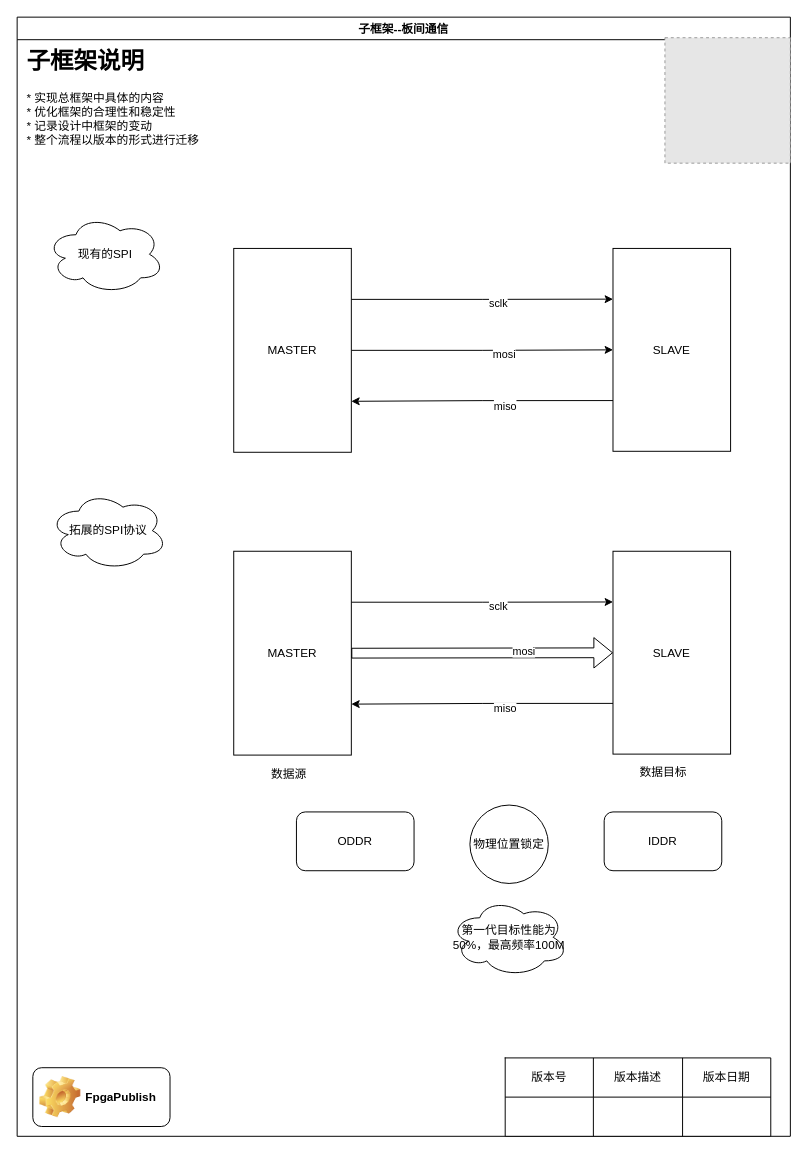
Earlier version of the draw.io diagram page "子框架1--板间通信" (2 of 3) of smart_eye_uexec_flow/smart_eye_flow_manual.drawio (FpgaPublish/k2_smart_eye). Source tidied: cells renumbered, new cells numbered last; positions are measured from the earlier drawing's top-left corner, leaving out a move shared by most shapes. Both pictures are drawn from the tidied source at 98%, with x=0, y=0 at pixel (17, 17). Pictures stored in the file or linked from it are replaced by grey dashed boxes.
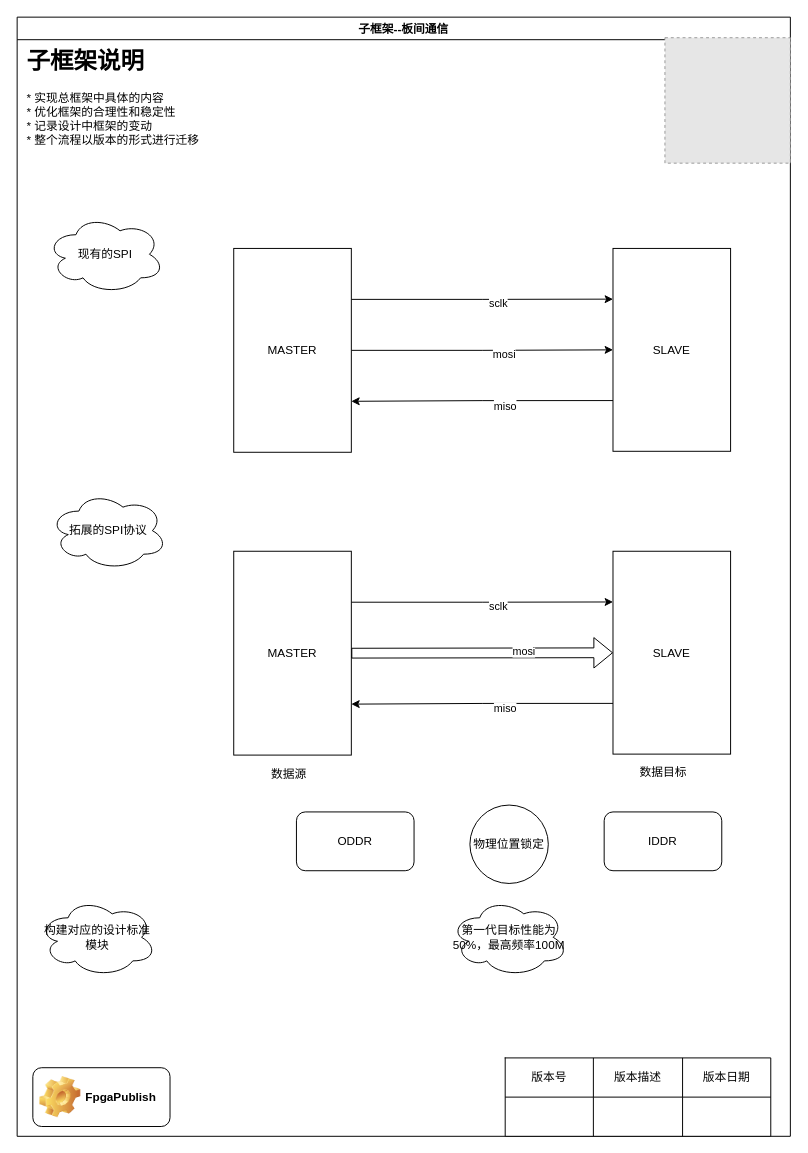
The same page after the edit.

The change refers to these unchanged cells:
```xml
<mxCell id="2" value="子框架--板间通信" style="swimlane;" parent="1" vertex="1">
  <mxGeometry width="789" height="1142" as="geometry" />
</mxCell>
```

The edit, as a diff of the source:
```diff
@@
+    <mxCell id="39" value="构建对应的设计标准模块" style="ellipse;shape=cloud;whiteSpace=wrap;html=1;" parent="2" vertex="1">
+      <mxGeometry x="22" y="899" width="120" height="80" as="geometry" />
+    </mxCell>
```
